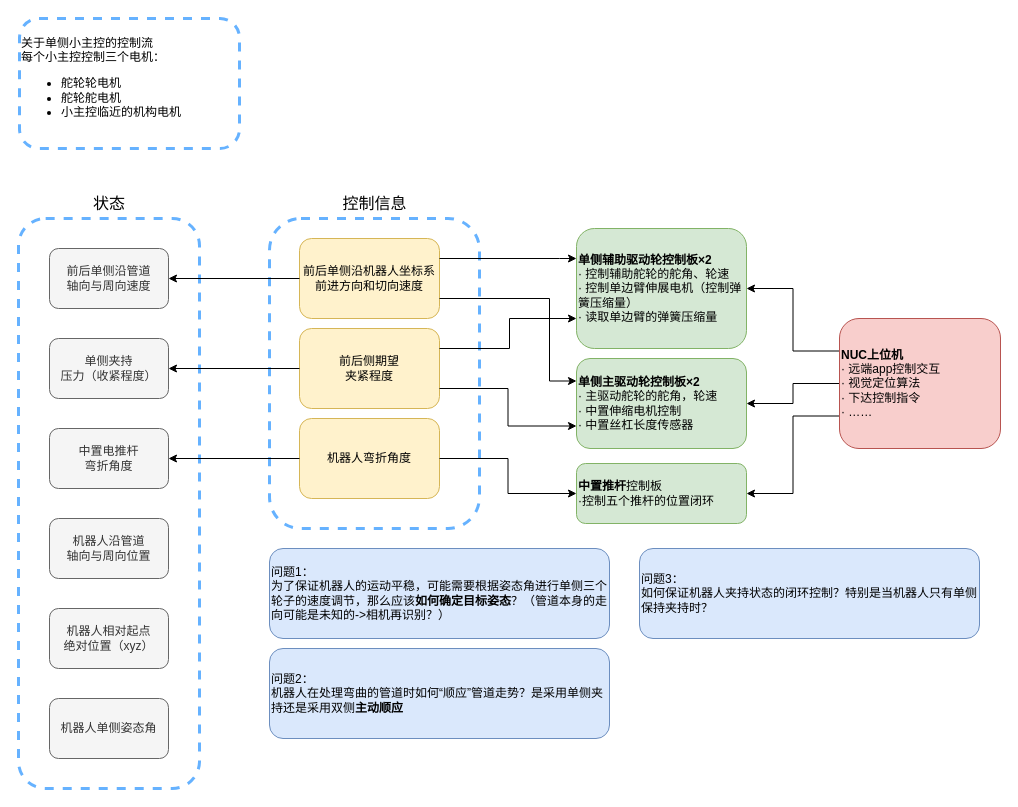
2912679550/105robot keeps this draw.io diagram as page "ID与信息流图" (3 of 5) of robot_ctrl/105机器人控制.drawio. Above is the earlier version. Source tidied: cells renumbered, new cells numbered last; positions are measured from the earlier drawing's top-left corner, leaving out a move shared by most shapes. Both pictures are drawn from the tidied source at 100%, with x=0, y=0 at pixel (18, 18).
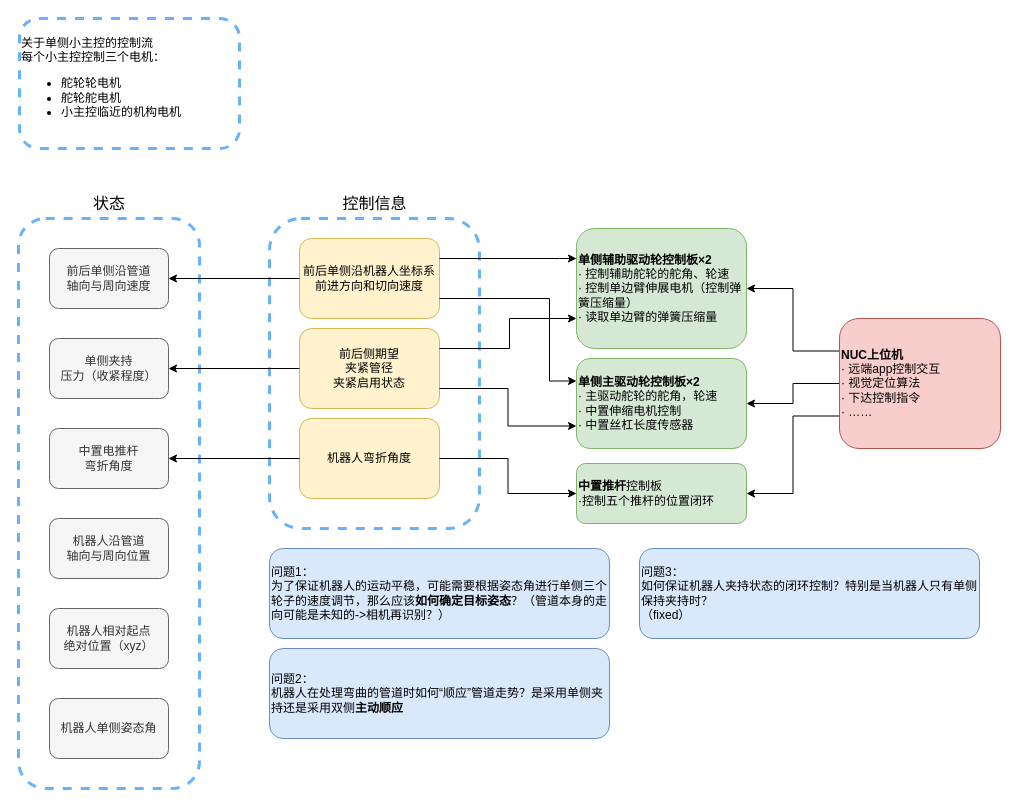
After the change.

The change refers to these unchanged cells:
```xml
<mxCell id="13" style="group;" parent="1" vertex="1">
  <mxGeometry x="251" y="170" width="250" height="600" as="geometry" />
</mxCell>
```

Diff of the diagram source:
```diff
@@
-    <mxCell id="17" value="前后侧期望&lt;br&gt;夹紧程度" style="rounded=1;whiteSpace=wrap;html=1;fontFamily=仿宋;fillColor=#fff2cc;strokeColor=#d6b656;" parent="13" vertex="1">
+    <mxCell id="17" value="前后侧期望&lt;br&gt;夹紧管径&lt;div&gt;夹紧启用状态&lt;/div&gt;" style="rounded=1;whiteSpace=wrap;html=1;fontFamily=仿宋;fillColor=#fff2cc;strokeColor=#d6b656;" parent="13" vertex="1">
       <mxGeometry x="30" y="140" width="140" height="80" as="geometry" />
     </mxCell>
@@
-    <mxCell id="35" value="问题3：&lt;br&gt;如何保证机器人夹持状态的闭环控制？特别是当机器人只有单侧保持夹持时？" style="rounded=1;whiteSpace=wrap;html=1;fontFamily=仿宋;fillColor=#dae8fc;strokeColor=#6c8ebf;align=left;" parent="1" vertex="1">
+    <mxCell id="35" value="问题3：&lt;br&gt;如何保证机器人夹持状态的闭环控制？特别是当机器人只有单侧保持夹持时？&lt;div&gt;（fixed）&lt;/div&gt;" style="rounded=1;whiteSpace=wrap;html=1;fontFamily=仿宋;fillColor=#dae8fc;strokeColor=#6c8ebf;align=left;" parent="1" vertex="1">
       <mxGeometry x="621" y="530" width="340" height="90" as="geometry" />
     </mxCell>
```
